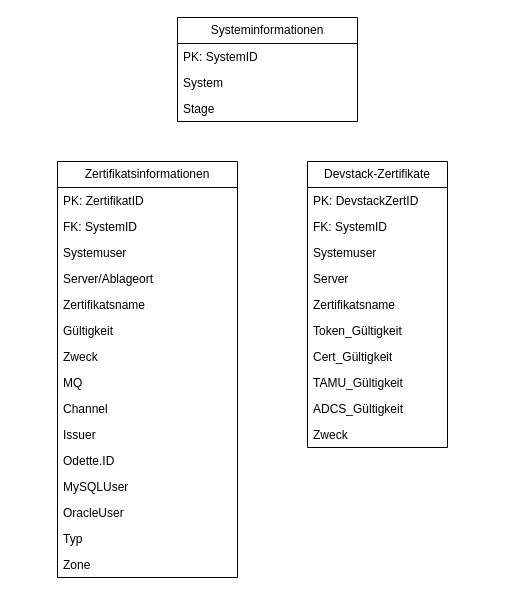
Before: Datenbankmodell.drawio in danmas221/Spring-Boot-Anwendung, a draw.io diagram. Source tidied: cells renumbered, new cells numbered last; positions are measured from the earlier drawing's top-left corner, leaving out a move shared by most shapes. Both pictures are drawn from the tidied source at 100%, with x=0, y=0 at pixel (57, 17).
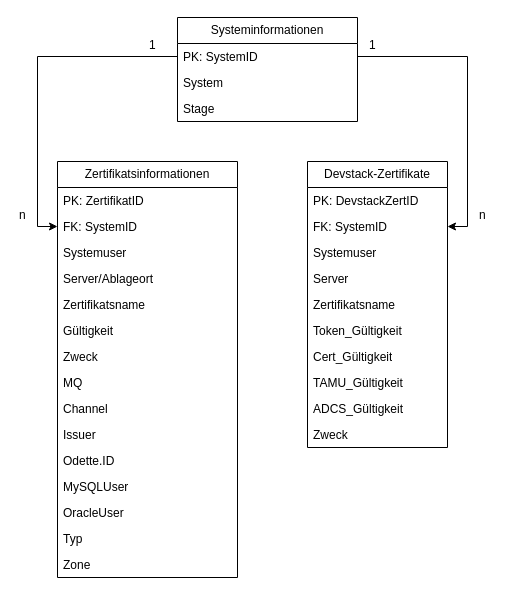
Above is the later version.

Unchanged cells that the change refers to:
```xml
<mxCell id="3" value="PK: SystemID" style="text;strokeColor=none;fillColor=none;align=left;verticalAlign=top;spacingLeft=4;spacingRight=4;overflow=hidden;points=[[0,0.5],[1,0.5]];portConstraint=eastwest;whiteSpace=wrap;html=1;" parent="2" vertex="1">
  <mxGeometry y="26" width="180" height="26" as="geometry" />
</mxCell>
<mxCell id="8" value="FK: SystemID" style="text;strokeColor=none;fillColor=none;align=left;verticalAlign=top;spacingLeft=4;spacingRight=4;overflow=hidden;points=[[0,0.5],[1,0.5]];portConstraint=eastwest;whiteSpace=wrap;html=1;" parent="6" vertex="1">
  <mxGeometry y="52" width="180" height="26" as="geometry" />
</mxCell>
<mxCell id="24" value="FK: SystemID" style="text;strokeColor=none;fillColor=none;align=left;verticalAlign=top;spacingLeft=4;spacingRight=4;overflow=hidden;points=[[0,0.5],[1,0.5]];portConstraint=eastwest;whiteSpace=wrap;html=1;" parent="22" vertex="1">
  <mxGeometry y="52" width="140" height="26" as="geometry" />
</mxCell>
```

The edit, as a diff of the source:
```diff
@@
+    <mxCell id="33" style="edgeStyle=orthogonalEdgeStyle;rounded=0;jettySize=auto;html=1;entryX=0;entryY=0.5;entryDx=0;entryDy=0;exitX=0;exitY=0.5;exitDx=0;exitDy=0;" parent="1" edge="1" source="3" target="8">
+      <mxGeometry relative="1" as="geometry" />
+    </mxCell>
+    <mxCell id="34" style="edgeStyle=orthogonalEdgeStyle;rounded=0;jettySize=auto;html=1;entryX=1;entryY=0.5;entryDx=0;entryDy=0;" parent="1" edge="1" source="3" target="24">
+      <mxGeometry relative="1" as="geometry" />
+    </mxCell>
+    <mxCell id="35" value="1" style="text;html=1;whiteSpace=wrap;overflow=hidden;rounded=0;" parent="1" vertex="1">
+      <mxGeometry x="90" y="14" width="20" height="30" as="geometry" />
+    </mxCell>
+    <mxCell id="36" value="n" style="text;html=1;whiteSpace=wrap;overflow=hidden;rounded=0;" parent="1" vertex="1">
+      <mxGeometry x="-40" y="184" width="20" height="30" as="geometry" />
+    </mxCell>
+    <mxCell id="37" value="1" style="text;html=1;whiteSpace=wrap;overflow=hidden;rounded=0;" parent="1" vertex="1">
+      <mxGeometry x="310" y="14" width="20" height="30" as="geometry" />
+    </mxCell>
+    <mxCell id="38" value="n" style="text;html=1;whiteSpace=wrap;overflow=hidden;rounded=0;" parent="1" vertex="1">
+      <mxGeometry x="420" y="184" width="20" height="30" as="geometry" />
+    </mxCell>
```
